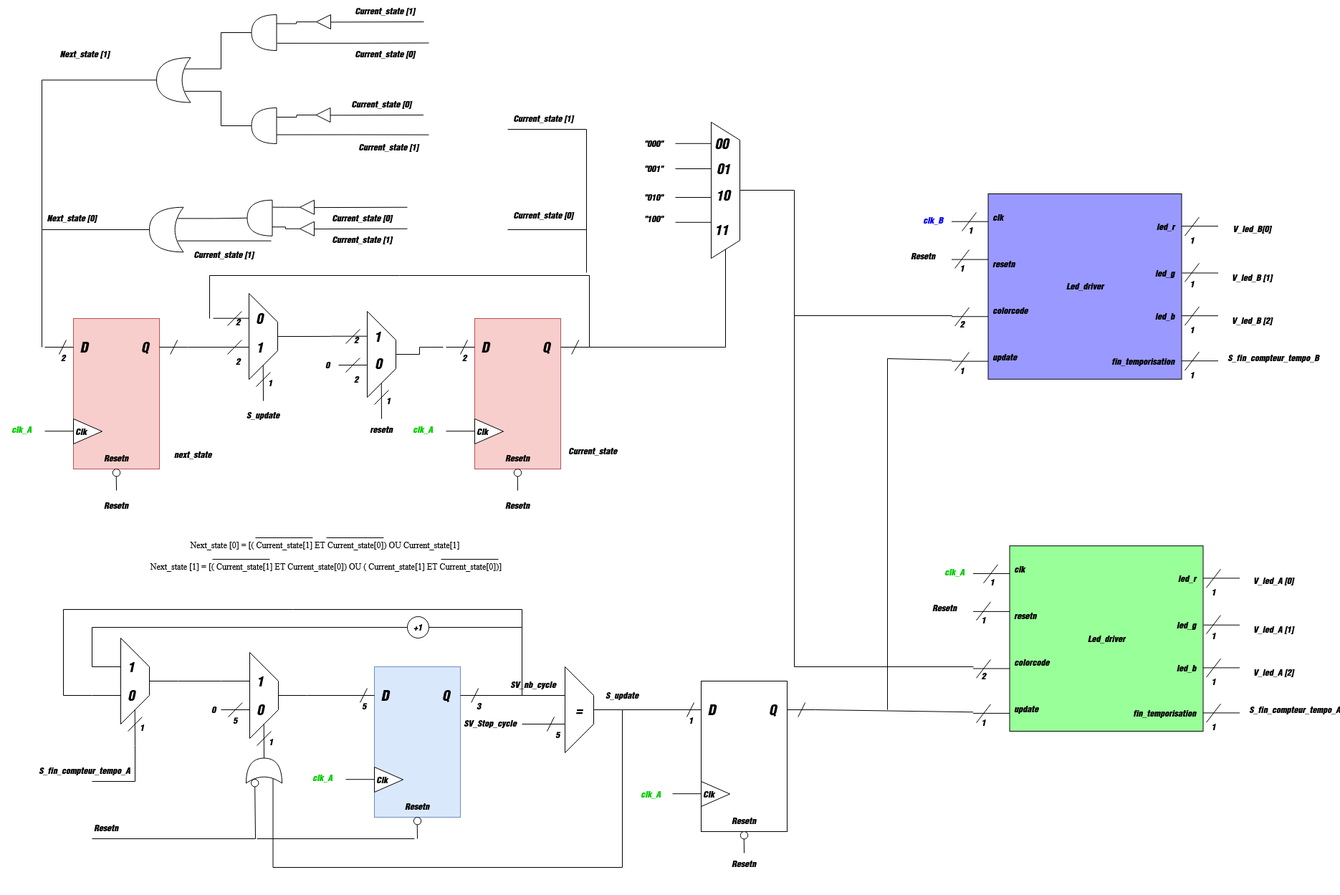
Earlier version of the draw.io export TP5_Cross_clock_domain/TP5_Q4.png (Chombac/POEI_FPGA_CC). Source tidied: cells renumbered, new cells last; positions are measured from the earlier drawing's top-left corner, leaving out a move shared by most shapes.
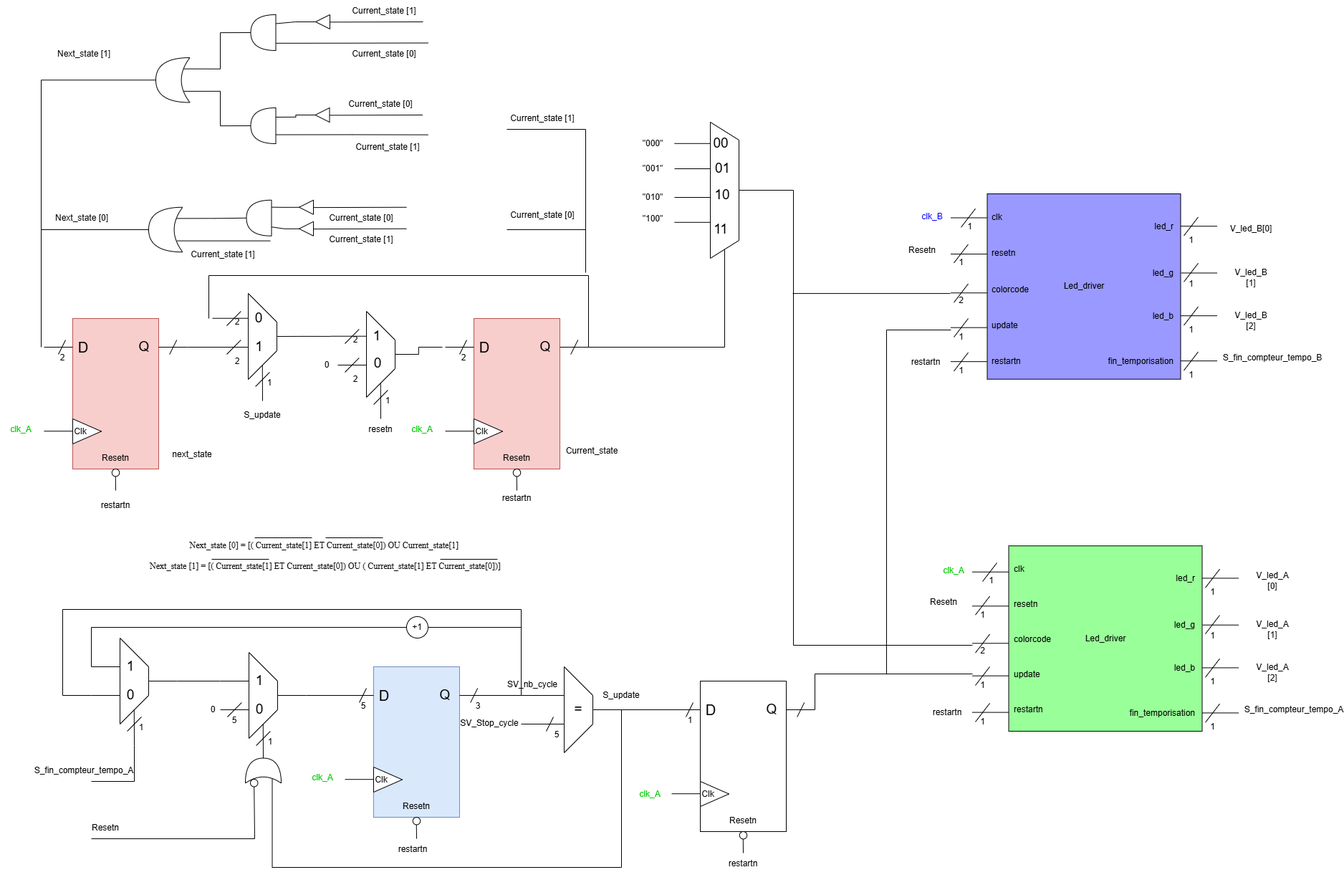
The same file after the commit.

What changed in the source:
```diff
@@ -20,9 +20,9 @@
     <mxCell id="7" value="resetn" style="text;html=1;whiteSpace=wrap;strokeColor=none;fillColor=none;align=left;verticalAlign=middle;rounded=0;" parent="1" vertex="1">
-      <mxGeometry x="1413.5" y="839.2" width="60" height="39" as="geometry" />
+      <mxGeometry x="1413.5" y="823" width="60" height="39" as="geometry" />
     </mxCell>
     <mxCell id="8" value="colorcode" style="text;html=1;whiteSpace=wrap;strokeColor=none;fillColor=none;align=left;verticalAlign=middle;rounded=0;" parent="1" vertex="1">
-      <mxGeometry x="1413.5" y="904.2" width="60" height="39" as="geometry" />
+      <mxGeometry x="1413.5" y="872" width="60" height="39" as="geometry" />
     </mxCell>
     <mxCell id="9" value="update" style="text;html=1;whiteSpace=wrap;strokeColor=none;fillColor=none;align=left;verticalAlign=middle;rounded=0;" parent="1" vertex="1">
-      <mxGeometry x="1413.5" y="969.2" width="60" height="39" as="geometry" />
+      <mxGeometry x="1413.5" y="921" width="60" height="39" as="geometry" />
     </mxCell>
@@ -30,4 +30,4 @@
       <mxGeometry relative="1" as="geometry">
-        <mxPoint x="1408.5" y="852.9" as="sourcePoint" />
-        <mxPoint x="1357.5" y="852.9" as="targetPoint" />
+        <mxPoint x="1408.5" y="845.3" as="sourcePoint" />
+        <mxPoint x="1357.5" y="845.3" as="targetPoint" />
       </mxGeometry>
@@ -36,4 +36,4 @@
       <mxGeometry relative="1" as="geometry">
-        <mxPoint x="1408.5" y="800" as="sourcePoint" />
-        <mxPoint x="1357.5" y="800" as="targetPoint" />
+        <mxPoint x="1408.5" y="797.7" as="sourcePoint" />
+        <mxPoint x="1357.5" y="797.7" as="targetPoint" />
       </mxGeometry>
@@ -42,4 +42,4 @@
       <mxGeometry relative="1" as="geometry">
-        <mxPoint x="1408.5" y="932.5" as="sourcePoint" />
-        <mxPoint x="1357.5" y="932.5" as="targetPoint" />
+        <mxPoint x="1408.5" y="897.3" as="sourcePoint" />
+        <mxPoint x="1357.5" y="897.3" as="targetPoint" />
       </mxGeometry>
@@ -47,9 +47,9 @@
     <mxCell id="13" value="1" style="text;html=1;whiteSpace=wrap;strokeColor=none;fillColor=none;align=center;verticalAlign=middle;rounded=0;" parent="1" vertex="1">
-      <mxGeometry x="1373.5" y="799.2" width="21" height="26" as="geometry" />
+      <mxGeometry x="1373.5" y="797" width="21" height="26" as="geometry" />
     </mxCell>
     <mxCell id="14" value="1" style="text;html=1;whiteSpace=wrap;strokeColor=none;fillColor=none;align=center;verticalAlign=middle;rounded=0;" parent="1" vertex="1">
-      <mxGeometry x="1362" y="852.2" width="21" height="26" as="geometry" />
+      <mxGeometry x="1362" y="844.7" width="21" height="26" as="geometry" />
     </mxCell>
     <mxCell id="15" value="2" style="text;html=1;whiteSpace=wrap;strokeColor=none;fillColor=none;align=center;verticalAlign=middle;rounded=0;" parent="1" vertex="1">
-      <mxGeometry x="1362" y="930.2" width="21" height="26" as="geometry" />
+      <mxGeometry x="1362" y="895" width="21" height="26" as="geometry" />
     </mxCell>
@@ -57,4 +57,4 @@
       <mxGeometry relative="1" as="geometry">
-        <mxPoint x="1372" y="813.2" as="sourcePoint" />
-        <mxPoint x="1392" y="787.2" as="targetPoint" />
+        <mxPoint x="1372" y="811" as="sourcePoint" />
+        <mxPoint x="1392" y="785" as="targetPoint" />
       </mxGeometry>
@@ -63,4 +63,4 @@
       <mxGeometry relative="1" as="geometry">
-        <mxPoint x="1362" y="865.2" as="sourcePoint" />
-        <mxPoint x="1382" y="839.2" as="targetPoint" />
+        <mxPoint x="1362" y="857.7" as="sourcePoint" />
+        <mxPoint x="1382" y="831.7" as="targetPoint" />
       </mxGeometry>
@@ -69,4 +69,4 @@
       <mxGeometry relative="1" as="geometry">
-        <mxPoint x="1362" y="945.9" as="sourcePoint" />
-        <mxPoint x="1382" y="919.9" as="targetPoint" />
+        <mxPoint x="1362" y="910.6" as="sourcePoint" />
+        <mxPoint x="1382" y="884.6" as="targetPoint" />
       </mxGeometry>
@@ -75,4 +75,4 @@
       <mxGeometry relative="1" as="geometry">
-        <mxPoint x="1408.5" y="994.9" as="sourcePoint" />
-        <mxPoint x="1357.5" y="994.9" as="targetPoint" />
+        <mxPoint x="1408.5" y="942.7" as="sourcePoint" />
+        <mxPoint x="1357.5" y="942.7" as="targetPoint" />
       </mxGeometry>
@@ -81,4 +81,4 @@
       <mxGeometry relative="1" as="geometry">
-        <mxPoint x="1362" y="1008.2" as="sourcePoint" />
-        <mxPoint x="1382" y="982.2" as="targetPoint" />
+        <mxPoint x="1362" y="956" as="sourcePoint" />
+        <mxPoint x="1382" y="930" as="targetPoint" />
       </mxGeometry>
@@ -86,3 +86,3 @@
     <mxCell id="21" value="1" style="text;html=1;whiteSpace=wrap;strokeColor=none;fillColor=none;align=center;verticalAlign=middle;rounded=0;" parent="1" vertex="1">
-      <mxGeometry x="1362" y="995.2" width="21" height="26" as="geometry" />
+      <mxGeometry x="1362" y="943" width="21" height="26" as="geometry" />
     </mxCell>
@@ -172,3 +172,3 @@
     <mxCell id="42" style="group;" parent="1" vertex="1">
-      <mxGeometry x="482" y="930" width="216" height="260" as="geometry" />
+      <mxGeometry x="482" y="930" width="216" height="270" as="geometry" />
     </mxCell>
@@ -237,2 +237,5 @@
     </mxCell>
+    <mxCell id="300" value="restartn" style="text;html=1;whiteSpace=wrap;strokeColor=none;fillColor=none;align=center;verticalAlign=middle;rounded=0;" parent="42" vertex="1">
+      <mxGeometry x="65" y="240" width="60" height="30" as="geometry" />
+    </mxCell>
     <mxCell id="58" style="group;" parent="1" vertex="1">
@@ -450,8 +453,2 @@
     </mxCell>
-    <mxCell id="102" style="endArrow=none;html=1;rounded=0;" parent="1" edge="1">
-      <mxGeometry relative="1" as="geometry">
-        <mxPoint x="358" y="1170" as="sourcePoint" />
-        <mxPoint x="578" y="1170" as="targetPoint" />
-      </mxGeometry>
-    </mxCell>
     <mxCell id="103" style="endArrow=none;html=1;rounded=0;exitX=0.175;exitY=0.75;exitDx=0;exitDy=0;exitPerimeter=0;" parent="1" edge="1" source="101">
@@ -543,5 +540,5 @@
     </mxCell>
-    <mxCell id="123" value="Resetn" style="text;html=1;whiteSpace=wrap;strokeColor=none;fillColor=none;align=center;verticalAlign=middle;rounded=0;" parent="107" vertex="1">
-      <mxGeometry x="60" y="246" width="60" height="30" as="geometry" />
-    </mxCell>
+    <mxCell id="301" value="restartn" style="text;html=1;whiteSpace=wrap;strokeColor=none;fillColor=none;align=center;verticalAlign=middle;rounded=0;" parent="107" vertex="1">
+      <mxGeometry x="60" y="236" width="60" height="30" as="geometry" />
+    </mxCell>
     <mxCell id="124" style="group;" parent="1" vertex="1">
@@ -612,5 +609,5 @@
     </mxCell>
-    <mxCell id="140" value="Resetn" style="text;html=1;whiteSpace=wrap;strokeColor=none;fillColor=none;align=center;verticalAlign=middle;rounded=0;" parent="124" vertex="1">
-      <mxGeometry x="70" y="246" width="60" height="30" as="geometry" />
-    </mxCell>
+    <mxCell id="302" value="restartn" style="text;html=1;whiteSpace=wrap;strokeColor=none;fillColor=none;align=center;verticalAlign=middle;rounded=0;" parent="124" vertex="1">
+      <mxGeometry x="70" y="246" width="60" height="30" as="geometry" />
+    </mxCell>
     <mxCell id="141" style="endArrow=none;html=1;rounded=0;" parent="1" edge="1">
@@ -824,5 +821,5 @@
     </mxCell>
-    <mxCell id="187" value="Resetn" style="text;html=1;whiteSpace=wrap;strokeColor=none;fillColor=none;align=center;verticalAlign=middle;rounded=0;" parent="172" vertex="1">
-      <mxGeometry x="60" y="240" width="60" height="30" as="geometry" />
-    </mxCell>
+    <mxCell id="303" value="restartn" style="text;html=1;whiteSpace=wrap;strokeColor=none;fillColor=none;align=center;verticalAlign=middle;rounded=0;" parent="172" vertex="1">
+      <mxGeometry x="60" y="240" width="60" height="30" as="geometry" />
+    </mxCell>
     <mxCell id="188" style="endArrow=none;html=1;rounded=0;" parent="1" edge="1">
@@ -830,3 +827,6 @@
         <mxPoint x="1138" y="990" as="sourcePoint" />
-        <mxPoint x="1357.5" y="993.2" as="targetPoint" />
+        <mxPoint x="1358" y="940" as="targetPoint" />
+        <Array as="points">
+          <mxPoint x="1138" y="940" />
+        </Array>
       </mxGeometry>
@@ -897,5 +897,5 @@
       <mxGeometry relative="1" as="geometry">
-        <mxPoint x="1358" y="930" as="sourcePoint" />
+        <mxPoint x="1358" y="900" as="sourcePoint" />
         <Array as="points">
-          <mxPoint x="1108" y="930" />
+          <mxPoint x="1108" y="900" />
           <mxPoint x="1108" y="265" />
@@ -905,3 +905,3 @@
     <mxCell id="205" value="Resetn" style="text;html=1;whiteSpace=wrap;strokeColor=none;fillColor=none;align=center;verticalAlign=middle;rounded=0;" parent="1" vertex="1">
-      <mxGeometry x="1288" y="832.8" width="60" height="30" as="geometry" />
+      <mxGeometry x="1288" y="825.2" width="60" height="30" as="geometry" />
     </mxCell>
@@ -977,3 +977,3 @@
     <mxCell id="218" value="Next_state [0]" style="text;html=1;whiteSpace=wrap;strokeColor=none;fillColor=none;align=center;verticalAlign=middle;rounded=0;" parent="1" vertex="1">
-      <mxGeometry x="62" y="288.8" width="76" height="30" as="geometry" />
+      <mxGeometry x="62" y="288.8" width="106" height="30" as="geometry" />
     </mxCell>
@@ -1094,3 +1094,3 @@
     <mxCell id="250" value="clk_A" style="text;html=1;whiteSpace=wrap;align=center;verticalAlign=middle;rounded=0;fontColor=#00CC00;" parent="1" vertex="1">
-      <mxGeometry x="1302" y="783.2" width="60" height="30" as="geometry" />
+      <mxGeometry x="1302" y="781" width="60" height="30" as="geometry" />
     </mxCell>
@@ -1109,12 +1109,12 @@
     <mxCell id="255" value="clk" style="text;html=1;whiteSpace=wrap;strokeColor=none;fillColor=none;align=left;verticalAlign=middle;rounded=0;" parent="1" vertex="1">
-      <mxGeometry x="1383.5" y="283" width="60" height="39" as="geometry" />
+      <mxGeometry x="1383" y="283" width="60" height="39" as="geometry" />
     </mxCell>
     <mxCell id="256" value="resetn" style="text;html=1;whiteSpace=wrap;strokeColor=none;fillColor=none;align=left;verticalAlign=middle;rounded=0;" parent="1" vertex="1">
-      <mxGeometry x="1383.5" y="348" width="60" height="39" as="geometry" />
+      <mxGeometry x="1383" y="333" width="60" height="39" as="geometry" />
     </mxCell>
     <mxCell id="257" value="colorcode" style="text;html=1;whiteSpace=wrap;strokeColor=none;fillColor=none;align=left;verticalAlign=middle;rounded=0;" parent="1" vertex="1">
-      <mxGeometry x="1383.5" y="413" width="60" height="39" as="geometry" />
+      <mxGeometry x="1383" y="384" width="60" height="39" as="geometry" />
     </mxCell>
     <mxCell id="258" value="update" style="text;html=1;whiteSpace=wrap;strokeColor=none;fillColor=none;align=left;verticalAlign=middle;rounded=0;" parent="1" vertex="1">
-      <mxGeometry x="1383.5" y="478" width="60" height="39" as="geometry" />
+      <mxGeometry x="1383" y="434" width="60" height="39" as="geometry" />
     </mxCell>
@@ -1122,4 +1122,4 @@
       <mxGeometry relative="1" as="geometry">
-        <mxPoint x="1378.5" y="361.6" as="sourcePoint" />
-        <mxPoint x="1327.5" y="361.6" as="targetPoint" />
+        <mxPoint x="1378.5" y="354.1" as="sourcePoint" />
+        <mxPoint x="1327.5" y="354.1" as="targetPoint" />
       </mxGeometry>
@@ -1128,4 +1128,4 @@
       <mxGeometry relative="1" as="geometry">
-        <mxPoint x="1378.5" y="308.7" as="sourcePoint" />
-        <mxPoint x="1327.5" y="308.7" as="targetPoint" />
+        <mxPoint x="1378.5" y="303.5" as="sourcePoint" />
+        <mxPoint x="1327.5" y="303.5" as="targetPoint" />
       </mxGeometry>
@@ -1134,4 +1134,4 @@
       <mxGeometry relative="1" as="geometry">
-        <mxPoint x="1378.5" y="441.3" as="sourcePoint" />
-        <mxPoint x="1327.5" y="441.3" as="targetPoint" />
+        <mxPoint x="1378.5" y="408.3" as="sourcePoint" />
+        <mxPoint x="1327.5" y="408.3" as="targetPoint" />
       </mxGeometry>
@@ -1139,9 +1139,9 @@
     <mxCell id="262" value="1" style="text;html=1;whiteSpace=wrap;strokeColor=none;fillColor=none;align=center;verticalAlign=middle;rounded=0;" parent="1" vertex="1">
-      <mxGeometry x="1343.5" y="308" width="21" height="26" as="geometry" />
+      <mxGeometry x="1343.5" y="302.8" width="21" height="26" as="geometry" />
     </mxCell>
     <mxCell id="263" value="1" style="text;html=1;whiteSpace=wrap;strokeColor=none;fillColor=none;align=center;verticalAlign=middle;rounded=0;" parent="1" vertex="1">
-      <mxGeometry x="1332" y="361" width="21" height="26" as="geometry" />
+      <mxGeometry x="1332" y="353.4" width="21" height="26" as="geometry" />
     </mxCell>
     <mxCell id="264" value="2" style="text;html=1;whiteSpace=wrap;strokeColor=none;fillColor=none;align=center;verticalAlign=middle;rounded=0;" parent="1" vertex="1">
-      <mxGeometry x="1332" y="439" width="21" height="26" as="geometry" />
+      <mxGeometry x="1332" y="406" width="21" height="26" as="geometry" />
     </mxCell>
@@ -1149,4 +1149,4 @@
       <mxGeometry relative="1" as="geometry">
-        <mxPoint x="1342" y="322" as="sourcePoint" />
-        <mxPoint x="1362" y="296" as="targetPoint" />
+        <mxPoint x="1342" y="316.8" as="sourcePoint" />
+        <mxPoint x="1362" y="290.8" as="targetPoint" />
       </mxGeometry>
@@ -1155,4 +1155,4 @@
       <mxGeometry relative="1" as="geometry">
-        <mxPoint x="1332" y="374" as="sourcePoint" />
-        <mxPoint x="1352" y="348" as="targetPoint" />
+        <mxPoint x="1332" y="366.4" as="sourcePoint" />
+        <mxPoint x="1352" y="340.4" as="targetPoint" />
       </mxGeometry>
@@ -1161,4 +1161,4 @@
       <mxGeometry relative="1" as="geometry">
-        <mxPoint x="1332" y="454.6" as="sourcePoint" />
-        <mxPoint x="1352" y="428.6" as="targetPoint" />
+        <mxPoint x="1332" y="421.6" as="sourcePoint" />
+        <mxPoint x="1352" y="395.6" as="targetPoint" />
       </mxGeometry>
@@ -1167,4 +1167,4 @@
       <mxGeometry relative="1" as="geometry">
-        <mxPoint x="1378.5" y="503.7" as="sourcePoint" />
-        <mxPoint x="1327.5" y="503.7" as="targetPoint" />
+        <mxPoint x="1378.5" y="456.7" as="sourcePoint" />
+        <mxPoint x="1327.5" y="456.7" as="targetPoint" />
       </mxGeometry>
@@ -1173,4 +1173,4 @@
       <mxGeometry relative="1" as="geometry">
-        <mxPoint x="1332" y="517" as="sourcePoint" />
-        <mxPoint x="1352" y="491" as="targetPoint" />
+        <mxPoint x="1332" y="470" as="sourcePoint" />
+        <mxPoint x="1352" y="444" as="targetPoint" />
       </mxGeometry>
@@ -1178,3 +1178,3 @@
     <mxCell id="270" value="1" style="text;html=1;whiteSpace=wrap;strokeColor=none;fillColor=none;align=center;verticalAlign=middle;rounded=0;" parent="1" vertex="1">
-      <mxGeometry x="1332" y="504" width="21" height="26" as="geometry" />
+      <mxGeometry x="1332" y="457" width="21" height="26" as="geometry" />
     </mxCell>
@@ -1268,6 +1268,6 @@
       <mxGeometry relative="1" as="geometry">
-        <mxPoint x="1238" y="990" as="sourcePoint" />
-        <mxPoint x="1327.5" y="502" as="targetPoint" />
+        <mxPoint x="1238" y="940" as="sourcePoint" />
+        <mxPoint x="1328" y="460" as="targetPoint" />
         <Array as="points">
-          <mxPoint x="1238" y="500" />
+          <mxPoint x="1238" y="460" />
         </Array>
@@ -1276,3 +1276,3 @@
     <mxCell id="293" value="Resetn" style="text;html=1;whiteSpace=wrap;strokeColor=none;fillColor=none;align=center;verticalAlign=middle;rounded=0;" parent="1" vertex="1">
-      <mxGeometry x="1258" y="341.6" width="60" height="30" as="geometry" />
+      <mxGeometry x="1258" y="334" width="60" height="30" as="geometry" />
     </mxCell>
@@ -1291,3 +1291,3 @@
     <mxCell id="298" value="clk_B" style="text;html=1;whiteSpace=wrap;align=center;verticalAlign=middle;rounded=0;fontColor=#0000FF;" parent="1" vertex="1">
-      <mxGeometry x="1272" y="292" width="60" height="30" as="geometry" />
+      <mxGeometry x="1272" y="286.8" width="60" height="30" as="geometry" />
     </mxCell>
@@ -1295,6 +1295,48 @@
       <mxGeometry relative="1" as="geometry">
-        <mxPoint x="1108" y="440" as="sourcePoint" />
-        <mxPoint x="1328" y="440" as="targetPoint" />
+        <mxPoint x="1107" y="409.1" as="sourcePoint" />
+        <mxPoint x="1327" y="409.1" as="targetPoint" />
       </mxGeometry>
     </mxCell>
+    <mxCell id="304" value="restartn" style="text;html=1;whiteSpace=wrap;strokeColor=none;fillColor=none;align=left;verticalAlign=middle;rounded=0;" parent="1" vertex="1">
+      <mxGeometry x="1413.5" y="970" width="60" height="39" as="geometry" />
+    </mxCell>
+    <mxCell id="305" style="endArrow=none;html=1;rounded=0;entryX=1;entryY=0.5;entryDx=0;entryDy=0;" parent="1" edge="1">
+      <mxGeometry relative="1" as="geometry">
+        <mxPoint x="1408.5" y="993.6" as="sourcePoint" />
+        <mxPoint x="1357.5" y="993.6" as="targetPoint" />
+      </mxGeometry>
+    </mxCell>
+    <mxCell id="306" style="endArrow=none;html=1;rounded=0;" parent="1" edge="1">
+      <mxGeometry relative="1" as="geometry">
+        <mxPoint x="1362" y="1007" as="sourcePoint" />
+        <mxPoint x="1382" y="981" as="targetPoint" />
+      </mxGeometry>
+    </mxCell>
+    <mxCell id="307" value="1" style="text;html=1;whiteSpace=wrap;strokeColor=none;fillColor=none;align=center;verticalAlign=middle;rounded=0;" parent="1" vertex="1">
+      <mxGeometry x="1362" y="994" width="21" height="26" as="geometry" />
+    </mxCell>
+    <mxCell id="308" value="restartn" style="text;html=1;whiteSpace=wrap;strokeColor=none;fillColor=none;align=center;verticalAlign=middle;rounded=0;" parent="1" vertex="1">
+      <mxGeometry x="1293" y="979" width="60" height="30" as="geometry" />
+    </mxCell>
+    <mxCell id="309" value="restartn" style="text;html=1;whiteSpace=wrap;strokeColor=none;fillColor=none;align=left;verticalAlign=middle;rounded=0;" parent="1" vertex="1">
+      <mxGeometry x="1383" y="484" width="60" height="39" as="geometry" />
+    </mxCell>
+    <mxCell id="310" style="endArrow=none;html=1;rounded=0;entryX=1;entryY=0.5;entryDx=0;entryDy=0;" parent="1" edge="1">
+      <mxGeometry relative="1" as="geometry">
+        <mxPoint x="1378.5" y="504.1" as="sourcePoint" />
+        <mxPoint x="1327.5" y="504.1" as="targetPoint" />
+      </mxGeometry>
+    </mxCell>
+    <mxCell id="311" style="endArrow=none;html=1;rounded=0;" parent="1" edge="1">
+      <mxGeometry relative="1" as="geometry">
+        <mxPoint x="1332" y="517.5" as="sourcePoint" />
+        <mxPoint x="1352" y="491.5" as="targetPoint" />
+      </mxGeometry>
+    </mxCell>
+    <mxCell id="312" value="1" style="text;html=1;whiteSpace=wrap;strokeColor=none;fillColor=none;align=center;verticalAlign=middle;rounded=0;" parent="1" vertex="1">
+      <mxGeometry x="1332" y="504.5" width="21" height="26" as="geometry" />
+    </mxCell>
+    <mxCell id="313" value="restartn" style="text;html=1;whiteSpace=wrap;strokeColor=none;fillColor=none;align=center;verticalAlign=middle;rounded=0;" parent="1" vertex="1">
+      <mxGeometry x="1263" y="489.5" width="60" height="30" as="geometry" />
+    </mxCell>
   </root>
```
